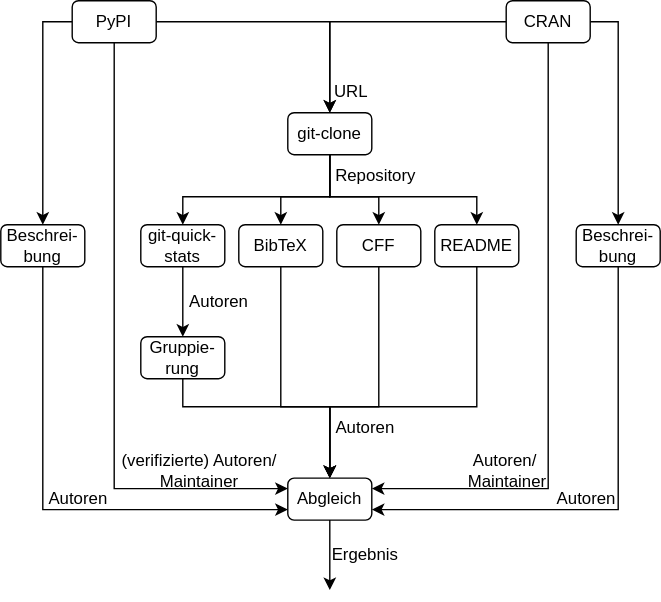
Earlier version of the draw.io export docs/bilder/Ablauf.svg (killi199/Master-Thesis). Source tidied: cells renumbered, new cells last; positions are measured from the earlier drawing's top-left corner, leaving out a move shared by most shapes.
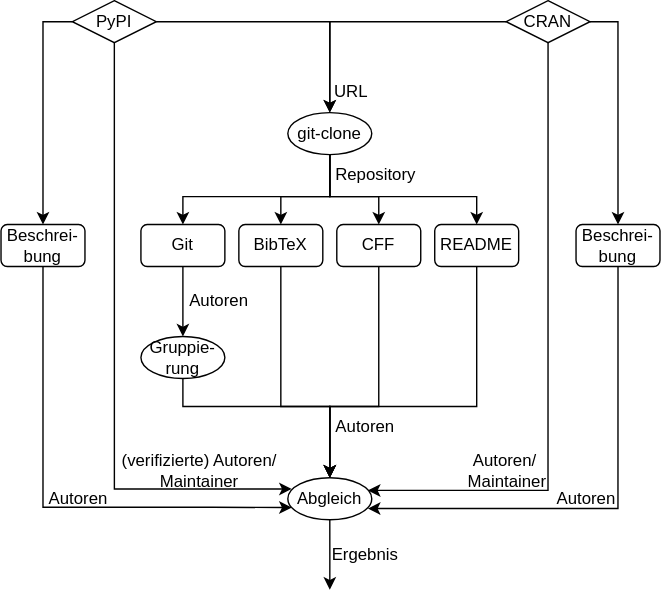
After the commit.

Diff of the diagram source:
```diff
@@ -34,13 +34,13 @@
         </Array>
       </mxGeometry>
     </mxCell>
-    <mxCell id="6" value="git-clone" style="rounded=1;whiteSpace=wrap;html=1;" parent="1" vertex="1">
+    <mxCell id="6" value="git-clone" style="ellipse;whiteSpace=wrap;html=1;" parent="1" vertex="1">
       <mxGeometry x="205" y="80" width="60" height="30" as="geometry" />
     </mxCell>
     <mxCell id="7" style="edgeStyle=orthogonalEdgeStyle;rounded=0;jettySize=auto;html=1;entryX=0.5;entryY=0;entryDx=0;entryDy=0;" parent="1" edge="1" source="8" target="20">
       <mxGeometry relative="1" as="geometry" />
     </mxCell>
-    <mxCell id="8" value="git-quick-stats" style="rounded=1;whiteSpace=wrap;html=1;" parent="1" vertex="1">
+    <mxCell id="8" value="Git" style="rounded=1;whiteSpace=wrap;html=1;" parent="1" vertex="1">
       <mxGeometry x="100" y="160" width="60" height="30" as="geometry" />
     </mxCell>
     <mxCell id="9" style="edgeStyle=orthogonalEdgeStyle;rounded=0;jettySize=auto;html=1;entryX=0.5;entryY=0;entryDx=0;entryDy=0;" parent="1" edge="1" source="10" target="22">
@@ -77,13 +77,23 @@
       <mxGeometry x="310" y="160" width="60" height="30" as="geometry" />
     </mxCell>
     <mxCell id="15" style="edgeStyle=orthogonalEdgeStyle;rounded=0;jettySize=auto;html=1;entryX=0;entryY=0.75;entryDx=0;entryDy=0;exitX=0.5;exitY=1;exitDx=0;exitDy=0;" parent="1" edge="1" source="16" target="22">
-      <mxGeometry relative="1" as="geometry" />
+      <mxGeometry relative="1" as="geometry">
+        <Array as="points">
+          <mxPoint x="30" y="362" />
+          <mxPoint x="151" y="362" />
+        </Array>
+      </mxGeometry>
     </mxCell>
     <mxCell id="16" value="Beschrei-bung" style="rounded=1;whiteSpace=wrap;html=1;" parent="1" vertex="1">
       <mxGeometry y="160" width="60" height="30" as="geometry" />
     </mxCell>
     <mxCell id="17" style="edgeStyle=orthogonalEdgeStyle;rounded=0;jettySize=auto;html=1;entryX=1;entryY=0.75;entryDx=0;entryDy=0;exitX=0.5;exitY=1;exitDx=0;exitDy=0;" parent="1" edge="1" source="18" target="22">
-      <mxGeometry relative="1" as="geometry" />
+      <mxGeometry relative="1" as="geometry">
+        <Array as="points">
+          <mxPoint x="441" y="363" />
+          <mxPoint x="262" y="363" />
+        </Array>
+      </mxGeometry>
     </mxCell>
     <mxCell id="18" value="Beschrei-bung" style="rounded=1;whiteSpace=wrap;html=1;" parent="1" vertex="1">
       <mxGeometry x="411" y="160" width="60" height="30" as="geometry" />
@@ -96,7 +106,7 @@
         </Array>
       </mxGeometry>
     </mxCell>
-    <mxCell id="20" value="Gruppie-rung" style="rounded=1;whiteSpace=wrap;html=1;" parent="1" vertex="1">
+    <mxCell id="20" value="Gruppie-rung" style="ellipse;whiteSpace=wrap;html=1;" parent="1" vertex="1">
       <mxGeometry x="100" y="240" width="60" height="30" as="geometry" />
     </mxCell>
     <mxCell id="21" style="edgeStyle=orthogonalEdgeStyle;rounded=0;jettySize=auto;html=1;" parent="1" edge="1" source="22">
@@ -104,7 +114,7 @@
         <mxPoint x="235" y="421" as="targetPoint" />
       </mxGeometry>
     </mxCell>
-    <mxCell id="22" value="Abgleich" style="rounded=1;whiteSpace=wrap;html=1;" parent="1" vertex="1">
+    <mxCell id="22" value="Abgleich" style="ellipse;whiteSpace=wrap;html=1;" parent="1" vertex="1">
       <mxGeometry x="205" y="341" width="60" height="30" as="geometry" />
     </mxCell>
     <mxCell id="23" value="Repository" style="text;html=1;align=center;verticalAlign=middle;whiteSpace=wrap;rounded=0;" parent="1" vertex="1">
@@ -120,16 +130,26 @@
       <mxGeometry relative="1" as="geometry" />
     </mxCell>
     <mxCell id="27" style="edgeStyle=orthogonalEdgeStyle;rounded=0;jettySize=auto;html=1;entryX=0;entryY=0.25;entryDx=0;entryDy=0;exitX=0.5;exitY=1;exitDx=0;exitDy=0;" parent="1" edge="1" source="29" target="22">
-      <mxGeometry relative="1" as="geometry" />
+      <mxGeometry relative="1" as="geometry">
+        <Array as="points">
+          <mxPoint x="81" y="349" />
+          <mxPoint x="208" y="349" />
+        </Array>
+      </mxGeometry>
     </mxCell>
     <mxCell id="28" style="edgeStyle=orthogonalEdgeStyle;rounded=0;jettySize=auto;html=1;entryX=0.5;entryY=0;entryDx=0;entryDy=0;" parent="1" edge="1" source="29" target="6">
       <mxGeometry relative="1" as="geometry" />
     </mxCell>
-    <mxCell id="29" value="PyPI" style="rounded=1;whiteSpace=wrap;html=1;" parent="1" vertex="1">
+    <mxCell id="29" value="PyPI" style="rhombus;whiteSpace=wrap;html=1;" parent="1" vertex="1">
       <mxGeometry x="51" width="60" height="30" as="geometry" />
     </mxCell>
     <mxCell id="30" style="edgeStyle=orthogonalEdgeStyle;rounded=0;jettySize=auto;html=1;entryX=1;entryY=0.25;entryDx=0;entryDy=0;exitX=0.5;exitY=1;exitDx=0;exitDy=0;" parent="1" edge="1" source="33" target="22">
-      <mxGeometry relative="1" as="geometry" />
+      <mxGeometry relative="1" as="geometry">
+        <Array as="points">
+          <mxPoint x="391" y="350" />
+          <mxPoint x="262" y="350" />
+        </Array>
+      </mxGeometry>
     </mxCell>
     <mxCell id="31" style="edgeStyle=orthogonalEdgeStyle;rounded=0;jettySize=auto;html=1;" parent="1" edge="1" source="33" target="6">
       <mxGeometry relative="1" as="geometry" />
@@ -137,7 +157,7 @@
     <mxCell id="32" style="edgeStyle=orthogonalEdgeStyle;rounded=0;jettySize=auto;html=1;entryX=0.5;entryY=0;entryDx=0;entryDy=0;exitX=1;exitY=0.5;exitDx=0;exitDy=0;" parent="1" edge="1" source="33" target="18">
       <mxGeometry relative="1" as="geometry" />
     </mxCell>
-    <mxCell id="33" value="CRAN" style="rounded=1;whiteSpace=wrap;html=1;" parent="1" vertex="1">
+    <mxCell id="33" value="CRAN" style="rhombus;whiteSpace=wrap;html=1;" parent="1" vertex="1">
       <mxGeometry x="361" width="60" height="30" as="geometry" />
     </mxCell>
     <mxCell id="34" value="URL" style="text;html=1;align=center;verticalAlign=middle;whiteSpace=wrap;rounded=0;" parent="1" vertex="1">
```
